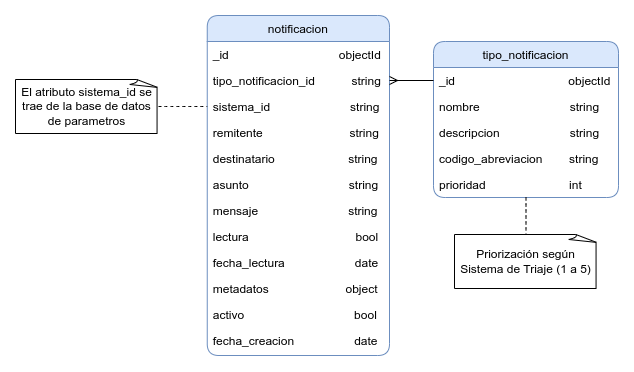
The draw.io diagram database/notificaciones_crud.png in udistrital/notificaciones_crud, before a commit. Source tidied: cells renumbered, new cells last; positions are measured from the earlier drawing's top-left corner, leaving out a move shared by most shapes.
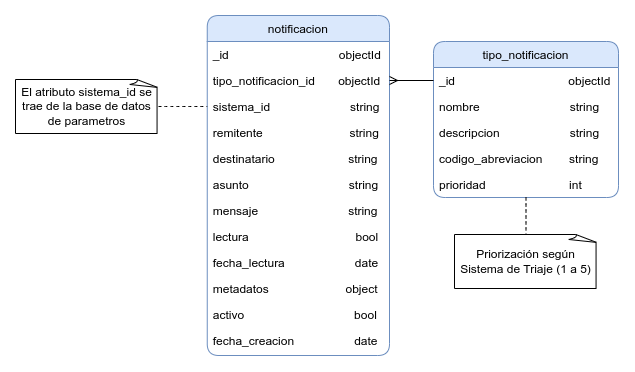
Later version of the same file.

Commit message:
feat: Modelo de datos

Change to the diagram source:
```diff
@@ -8,7 +8,7 @@
     <mxCell id="3" value="_id                                 objectId" style="text;align=left;verticalAlign=top;spacingLeft=4;spacingRight=4;overflow=hidden;" parent="2" vertex="1">
       <mxGeometry y="26" width="182.2" height="26" as="geometry" />
     </mxCell>
-    <mxCell id="4" value="tipo_notificacion_id           string" style="text;align=left;verticalAlign=top;spacingLeft=4;spacingRight=4;overflow=hidden;points=[[0,0.5],[1,0.5]];portConstraint=eastwest;" parent="2" vertex="1">
+    <mxCell id="4" value="tipo_notificacion_id       objectId" style="text;align=left;verticalAlign=top;spacingLeft=4;spacingRight=4;overflow=hidden;points=[[0,0.5],[1,0.5]];portConstraint=eastwest;" parent="2" vertex="1">
       <mxGeometry y="52" width="182.2" height="26" as="geometry" />
     </mxCell>
     <mxCell id="5" value="sistema_id                        string" style="text;align=left;verticalAlign=top;spacingLeft=4;spacingRight=4;overflow=hidden;points=[[0,0.5],[1,0.5]];portConstraint=eastwest;" parent="2" vertex="1">
```
